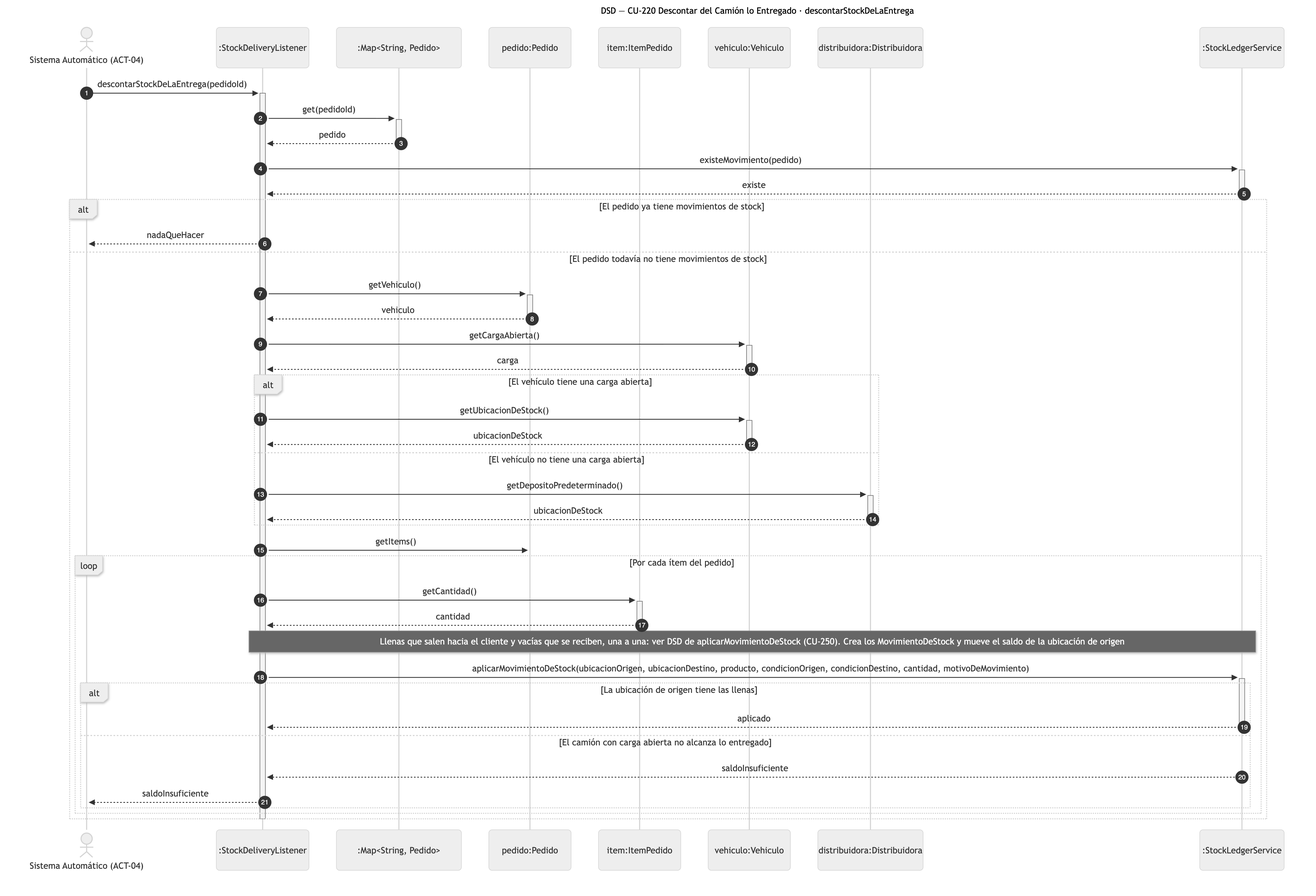
Above: diagramas/png/DSD_CU-220_descontarStockDeLaEntrega.png in Nahuelito-Dev/splg-docs (Mermaid), before the change. Its source is kept beside it as diagramas/DSD_CU-220_descontarStockDeLaEntrega.mmd. Source of this version:
```mermaid
sequenceDiagram
    title DSD — CU-220 Descontar del Camión lo Entregado · descontarStockDeLaEntrega
    autonumber
    actor SIS as Sistema Automático (ACT-04)
    participant LST as :StockDeliveryListener
    participant COL as :Map#lt;String, Pedido#gt;
    participant PED as pedido:Pedido
    participant ITP as item:ItemPedido
    participant VEH as vehiculo:Vehiculo
    participant DIS as distribuidora:Distribuidora
    participant LED as :StockLedgerService

    SIS->>+LST: descontarStockDeLaEntrega(pedidoId)
    LST->>+COL: get(pedidoId)
    COL-->>-LST: pedido
    LST->>+LED: existeMovimiento(pedido)
    LED-->>-LST: existe
    alt El pedido ya tiene movimientos de stock
        LST-->>SIS: nadaQueHacer
    else El pedido todavía no tiene movimientos de stock
        LST->>+PED: getVehiculo()
        PED-->>-LST: vehiculo
        LST->>+VEH: getCargaAbierta()
        VEH-->>-LST: carga
        alt El vehículo tiene una carga abierta
            LST->>+VEH: getUbicacionDeStock()
            VEH-->>-LST: ubicacionDeStock
        else El vehículo no tiene una carga abierta
            LST->>+DIS: getDepositoPredeterminado()
            DIS-->>-LST: ubicacionDeStock
        end
        LST->>PED: getItems()
        loop Por cada ítem del pedido
            LST->>+ITP: getCantidad()
            ITP-->>-LST: cantidad
            Note over LST,LED: Llenas que salen hacia el cliente y vacías que se reciben, una a una: ver DSD de aplicarMovimientoDeStock (CU-250). Crea los MovimientoDeStock y mueve el saldo de la ubicación de origen
            LST->>+LED: aplicarMovimientoDeStock(ubicacionOrigen, ubicacionDestino, producto, condicionOrigen, condicionDestino, cantidad, motivoDeMovimiento)
            alt La ubicación de origen tiene las llenas
                LED-->>-LST: aplicado
            else El camión con carga abierta no alcanza lo entregado
                LED-->>LST: saldoInsuficiente
                LST-->>SIS: saldoInsuficiente
            end
        end
    end
    deactivate LST
```
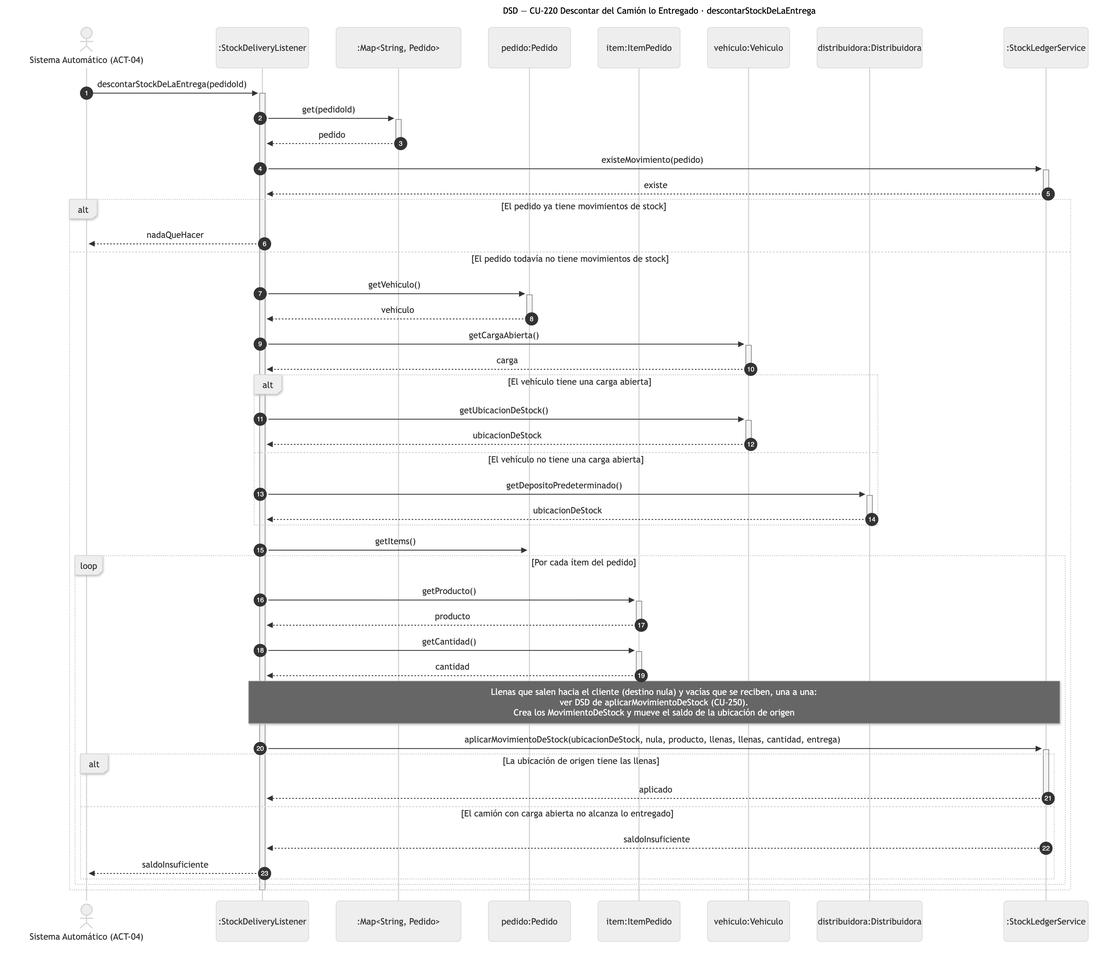
After the commit.

Change to the diagram source:
```diff
@@ -31,10 +31,12 @@
         end
         LST->>PED: getItems()
         loop Por cada ítem del pedido
+            LST->>+ITP: getProducto()
+            ITP-->>-LST: producto
             LST->>+ITP: getCantidad()
             ITP-->>-LST: cantidad
-            Note over LST,LED: Llenas que salen hacia el cliente y vacías que se reciben, una a una: ver DSD de aplicarMovimientoDeStock (CU-250). Crea los MovimientoDeStock y mueve el saldo de la ubicación de origen
-            LST->>+LED: aplicarMovimientoDeStock(ubicacionOrigen, ubicacionDestino, producto, condicionOrigen, condicionDestino, cantidad, motivoDeMovimiento)
+            Note over LST,LED: Llenas que salen hacia el cliente (destino nula) y vacías que se reciben, una a una:<br/>ver DSD de aplicarMovimientoDeStock (CU-250).<br/>Crea los MovimientoDeStock y mueve el saldo de la ubicación de origen
+            LST->>+LED: aplicarMovimientoDeStock(ubicacionDeStock, nula, producto, llenas, llenas, cantidad, entrega)
             alt La ubicación de origen tiene las llenas
                 LED-->>-LST: aplicado
             else El camión con carga abierta no alcanza lo entregado
```
